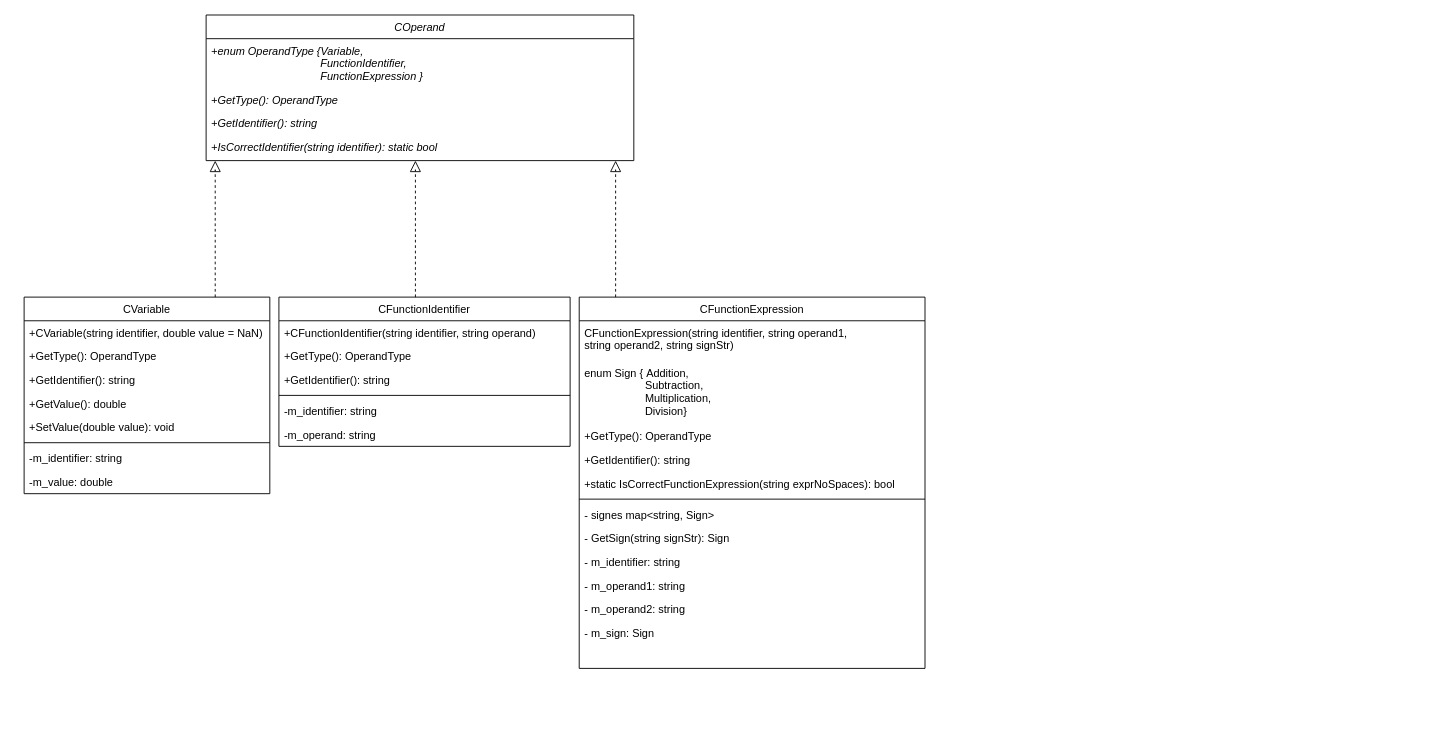
BulyginK/OOP_LWs keeps this draw.io diagram as LW3_2_Calc/Calc_diagramUML.drawio. Above is the earlier version. Source tidied: cells renumbered, new cells numbered last; positions are measured from the earlier drawing's top-left corner, leaving out a move shared by most shapes. Both pictures are drawn from the tidied source at 91%, with x=0, y=0 at pixel (24, 15).
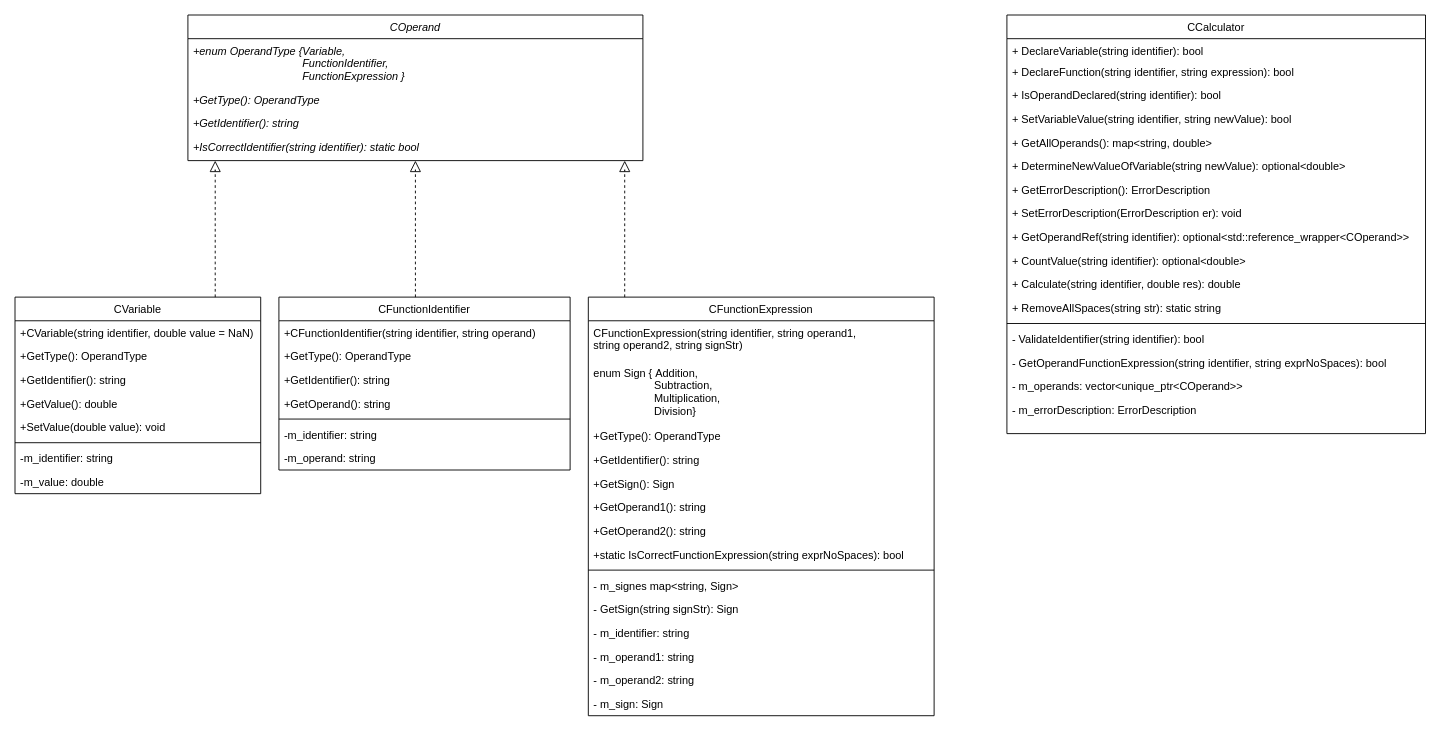
The same diagram, later.

Change to the diagram source:
```diff
@@
     <mxCell id="2" value="COperand" style="swimlane;fontStyle=2;align=center;verticalAlign=top;horizontal=1;startSize=26;rounded=0;shadow=0;strokeWidth=1;" parent="1" vertex="1">
-      <mxGeometry x="200" width="470" height="160" as="geometry" />
+      <mxGeometry x="180" width="500" height="160" as="geometry" />
     </mxCell>
     <mxCell id="3" value="+enum OperandType {Variable, &#10;                                    FunctionIdentifier, &#10;                                    FunctionExpression }" style="text;align=left;verticalAlign=top;spacingLeft=4;spacingRight=4;overflow=hidden;fontStyle=2;" parent="2" vertex="1">
-      <mxGeometry y="26" width="470" height="54" as="geometry" />
+      <mxGeometry y="26" width="500" height="54" as="geometry" />
     </mxCell>
     <mxCell id="4" value="+GetType(): OperandType" style="text;align=left;verticalAlign=top;spacingLeft=4;spacingRight=4;overflow=hidden;rounded=0;shadow=0;html=0;fontStyle=2;" parent="2" vertex="1">
-      <mxGeometry y="80" width="470" height="26" as="geometry" />
+      <mxGeometry y="80" width="500" height="26" as="geometry" />
     </mxCell>
     <mxCell id="5" value="+GetIdentifier(): string" style="text;align=left;verticalAlign=top;spacingLeft=4;spacingRight=4;overflow=hidden;rounded=0;shadow=0;html=0;fontStyle=2;" parent="2" vertex="1">
-      <mxGeometry y="106" width="470" height="26" as="geometry" />
+      <mxGeometry y="106" width="500" height="26" as="geometry" />
     </mxCell>
     <mxCell id="6" value="+IsCorrectIdentifier(string identifier): static bool" style="text;align=left;verticalAlign=top;spacingLeft=4;spacingRight=4;overflow=hidden;rounded=0;shadow=0;html=0;fontStyle=2;" parent="2" vertex="1">
-      <mxGeometry y="132" width="470" height="26" as="geometry" />
+      <mxGeometry y="132" width="500" height="26" as="geometry" />
     </mxCell>
     <mxCell id="7" value="CVariable" style="swimlane;fontStyle=0;align=center;verticalAlign=top;horizontal=1;startSize=26;rounded=0;shadow=0;strokeWidth=1;" parent="1" vertex="1">
-      <mxGeometry y="310" width="270" height="216" as="geometry" />
+      <mxGeometry x="-10" y="310" width="270" height="216" as="geometry" />
     </mxCell>
@@
     <mxCell id="17" value="CFunctionIdentifier" style="swimlane;fontStyle=0;align=center;verticalAlign=top;horizontal=1;startSize=26;rounded=0;shadow=0;strokeWidth=1;" parent="1" vertex="1">
-      <mxGeometry x="280" y="310" width="320" height="164" as="geometry" />
+      <mxGeometry x="280" y="310" width="320" height="190" as="geometry" />
     </mxCell>
@@
+    <mxCell id="39" value="+GetOperand(): string" style="text;align=left;verticalAlign=top;spacingLeft=4;spacingRight=4;overflow=hidden;rounded=0;shadow=0;html=0;" parent="17" vertex="1">
+      <mxGeometry y="104" width="320" height="26" as="geometry" />
+    </mxCell>
     <mxCell id="21" style="line;html=1;strokeWidth=1;align=left;verticalAlign=middle;spacingTop=-1;spacingLeft=3;spacingRight=3;labelPosition=right;" parent="17" vertex="1">
-      <mxGeometry y="104" width="320" height="8" as="geometry" />
+      <mxGeometry y="130" width="320" height="8" as="geometry" />
     </mxCell>
     <mxCell id="22" value="-m_identifier: string" style="text;align=left;verticalAlign=top;spacingLeft=4;spacingRight=4;overflow=hidden;fontStyle=0;" parent="17" vertex="1">
-      <mxGeometry y="112" width="320" height="26" as="geometry" />
+      <mxGeometry y="138" width="320" height="26" as="geometry" />
     </mxCell>
     <mxCell id="23" value="-m_operand: string" style="text;align=left;verticalAlign=top;spacingLeft=4;spacingRight=4;overflow=hidden;" parent="17" vertex="1">
-      <mxGeometry y="138" width="320" height="26" as="geometry" />
+      <mxGeometry y="164" width="320" height="26" as="geometry" />
     </mxCell>
     <mxCell id="24" value="CFunctionExpression" style="swimlane;fontStyle=0;align=center;verticalAlign=top;horizontal=1;startSize=26;rounded=0;shadow=0;strokeWidth=1;" parent="1" vertex="1">
-      <mxGeometry x="610" y="310" width="380" height="408" as="geometry" />
+      <mxGeometry x="620" y="310" width="380" height="460" as="geometry" />
     </mxCell>
@@
+    <mxCell id="40" value="+GetSign(): Sign" style="text;align=left;verticalAlign=top;spacingLeft=4;spacingRight=4;overflow=hidden;rounded=0;shadow=0;html=0;" parent="24" vertex="1">
+      <mxGeometry y="192" width="380" height="26" as="geometry" />
+    </mxCell>
+    <mxCell id="41" value="+GetOperand1(): string" style="text;align=left;verticalAlign=top;spacingLeft=4;spacingRight=4;overflow=hidden;rounded=0;shadow=0;html=0;" parent="24" vertex="1">
+      <mxGeometry y="218" width="380" height="26" as="geometry" />
+    </mxCell>
+    <mxCell id="42" value="+GetOperand2(): string" style="text;align=left;verticalAlign=top;spacingLeft=4;spacingRight=4;overflow=hidden;rounded=0;shadow=0;html=0;" parent="24" vertex="1">
+      <mxGeometry y="244" width="380" height="26" as="geometry" />
+    </mxCell>
     <mxCell id="29" value="+static IsCorrectFunctionExpression(string exprNoSpaces): bool" style="text;align=left;verticalAlign=top;spacingLeft=4;spacingRight=4;overflow=hidden;rounded=0;shadow=0;html=0;" parent="24" vertex="1">
-      <mxGeometry y="192" width="380" height="26" as="geometry" />
+      <mxGeometry y="270" width="380" height="26" as="geometry" />
     </mxCell>
     <mxCell id="30" style="line;html=1;strokeWidth=1;align=left;verticalAlign=middle;spacingTop=-1;spacingLeft=3;spacingRight=3;labelPosition=right;" parent="24" vertex="1">
-      <mxGeometry y="218" width="380" height="8" as="geometry" />
+      <mxGeometry y="296" width="380" height="8" as="geometry" />
     </mxCell>
-    <mxCell id="31" value="- signes map&lt;string, Sign&gt;" style="text;align=left;verticalAlign=top;spacingLeft=4;spacingRight=4;overflow=hidden;fontStyle=0;" parent="24" vertex="1">
-      <mxGeometry y="226" width="380" height="26" as="geometry" />
+    <mxCell id="31" value="- m_signes map&lt;string, Sign&gt;" style="text;align=left;verticalAlign=top;spacingLeft=4;spacingRight=4;overflow=hidden;fontStyle=0;" parent="24" vertex="1">
+      <mxGeometry y="304" width="380" height="26" as="geometry" />
     </mxCell>
     <mxCell id="32" value="- GetSign(string signStr): Sign " style="text;align=left;verticalAlign=top;spacingLeft=4;spacingRight=4;overflow=hidden;fontStyle=0;" parent="24" vertex="1">
-      <mxGeometry y="252" width="380" height="26" as="geometry" />
+      <mxGeometry y="330" width="380" height="26" as="geometry" />
     </mxCell>
     <mxCell id="33" value="- m_identifier: string" style="text;align=left;verticalAlign=top;spacingLeft=4;spacingRight=4;overflow=hidden;" parent="24" vertex="1">
-      <mxGeometry y="278" width="380" height="26" as="geometry" />
+      <mxGeometry y="356" width="380" height="26" as="geometry" />
     </mxCell>
     <mxCell id="34" value="- m_operand1: string " style="text;align=left;verticalAlign=top;spacingLeft=4;spacingRight=4;overflow=hidden;fontStyle=0;" parent="24" vertex="1">
-      <mxGeometry y="304" width="380" height="26" as="geometry" />
+      <mxGeometry y="382" width="380" height="26" as="geometry" />
     </mxCell>
     <mxCell id="35" value="- m_operand2: string" style="text;align=left;verticalAlign=top;spacingLeft=4;spacingRight=4;overflow=hidden;" parent="24" vertex="1">
-      <mxGeometry y="330" width="380" height="26" as="geometry" />
+      <mxGeometry y="408" width="380" height="26" as="geometry" />
     </mxCell>
     <mxCell id="36" value="- m_sign: Sign" style="text;align=left;verticalAlign=top;spacingLeft=4;spacingRight=4;overflow=hidden;" parent="24" vertex="1">
-      <mxGeometry y="356" width="380" height="26" as="geometry" />
+      <mxGeometry y="434" width="380" height="26" as="geometry" />
     </mxCell>
@@
-    <mxCell id="38" style="endArrow=block;endSize=10;endFill=0;shadow=0;strokeWidth=1;rounded=0;curved=0;edgeStyle=elbowEdgeStyle;elbow=vertical;dashed=1;" parent="1" edge="1">
-      <mxGeometry relative="1" as="geometry">
-        <mxPoint x="650" y="310" as="sourcePoint" />
-        <mxPoint x="650" y="160" as="targetPoint" />
-        <Array as="points">
-          <mxPoint x="650" y="170" />
-        </Array>
-      </mxGeometry>
-    </mxCell>
+    <mxCell id="43" style="endArrow=block;endSize=10;endFill=0;shadow=0;strokeWidth=1;rounded=0;curved=0;edgeStyle=elbowEdgeStyle;elbow=vertical;dashed=1;" parent="1" edge="1">
+      <mxGeometry relative="1" as="geometry">
+        <mxPoint x="660" y="310" as="sourcePoint" />
+        <mxPoint x="660" y="160" as="targetPoint" />
+        <Array as="points">
+          <mxPoint x="660" y="170" />
+        </Array>
+      </mxGeometry>
+    </mxCell>
+    <mxCell id="44" value="CCalculator" style="swimlane;fontStyle=0;align=center;verticalAlign=top;horizontal=1;startSize=26;rounded=0;shadow=0;strokeWidth=1;" parent="1" vertex="1">
+      <mxGeometry x="1080" width="460" height="460" as="geometry" />
+    </mxCell>
+    <mxCell id="45" value="+ DeclareVariable(string identifier): bool" style="text;align=left;verticalAlign=top;spacingLeft=4;spacingRight=4;overflow=hidden;rounded=0;shadow=0;html=0;" parent="44" vertex="1">
+      <mxGeometry y="26" width="460" height="24" as="geometry" />
+    </mxCell>
+    <mxCell id="46" value="+ DeclareFunction(string identifier, string expression): bool " style="text;align=left;verticalAlign=top;spacingLeft=4;spacingRight=4;overflow=hidden;rounded=0;shadow=0;html=0;" parent="44" vertex="1">
+      <mxGeometry y="50" width="460" height="25" as="geometry" />
+    </mxCell>
+    <mxCell id="47" value="+ IsOperandDeclared(string identifier): bool" style="text;align=left;verticalAlign=top;spacingLeft=4;spacingRight=4;overflow=hidden;rounded=0;shadow=0;html=0;" parent="44" vertex="1">
+      <mxGeometry y="75" width="460" height="26" as="geometry" />
+    </mxCell>
+    <mxCell id="48" value="+ SetVariableValue(string identifier, string newValue): bool" style="text;align=left;verticalAlign=top;spacingLeft=4;spacingRight=4;overflow=hidden;rounded=0;shadow=0;html=0;" parent="44" vertex="1">
+      <mxGeometry y="101" width="460" height="26" as="geometry" />
+    </mxCell>
+    <mxCell id="49" value="+ GetAllOperands(): map&lt;string, double&gt; " style="text;align=left;verticalAlign=top;spacingLeft=4;spacingRight=4;overflow=hidden;rounded=0;shadow=0;html=0;" parent="44" vertex="1">
+      <mxGeometry y="127" width="460" height="26" as="geometry" />
+    </mxCell>
+    <mxCell id="50" value="+ DetermineNewValueOfVariable(string newValue): optional&lt;double&gt; " style="text;align=left;verticalAlign=top;spacingLeft=4;spacingRight=4;overflow=hidden;rounded=0;shadow=0;html=0;" parent="44" vertex="1">
+      <mxGeometry y="153" width="460" height="26" as="geometry" />
+    </mxCell>
+    <mxCell id="51" value="+ GetErrorDescription(): ErrorDescription" style="text;align=left;verticalAlign=top;spacingLeft=4;spacingRight=4;overflow=hidden;rounded=0;shadow=0;html=0;" parent="44" vertex="1">
+      <mxGeometry y="179" width="460" height="26" as="geometry" />
+    </mxCell>
+    <mxCell id="52" value="+ SetErrorDescription(ErrorDescription er): void" style="text;align=left;verticalAlign=top;spacingLeft=4;spacingRight=4;overflow=hidden;rounded=0;shadow=0;html=0;" parent="44" vertex="1">
+      <mxGeometry y="205" width="460" height="26" as="geometry" />
+    </mxCell>
+    <mxCell id="53" value="+ GetOperandRef(string identifier): optional&lt;std::reference_wrapper&lt;COperand&gt;&gt; " style="text;align=left;verticalAlign=top;spacingLeft=4;spacingRight=4;overflow=hidden;rounded=0;shadow=0;html=0;" parent="44" vertex="1">
+      <mxGeometry y="231" width="460" height="26" as="geometry" />
+    </mxCell>
+    <mxCell id="54" value="+ CountValue(string identifier): optional&lt;double&gt;" style="text;align=left;verticalAlign=top;spacingLeft=4;spacingRight=4;overflow=hidden;rounded=0;shadow=0;html=0;" parent="44" vertex="1">
+      <mxGeometry y="257" width="460" height="26" as="geometry" />
+    </mxCell>
+    <mxCell id="55" value="+ Calculate(string identifier, double res): double" style="text;align=left;verticalAlign=top;spacingLeft=4;spacingRight=4;overflow=hidden;rounded=0;shadow=0;html=0;" parent="44" vertex="1">
+      <mxGeometry y="283" width="460" height="26" as="geometry" />
+    </mxCell>
+    <mxCell id="56" value="+ RemoveAllSpaces(string str): static string" style="text;align=left;verticalAlign=top;spacingLeft=4;spacingRight=4;overflow=hidden;rounded=0;shadow=0;html=0;" parent="44" vertex="1">
+      <mxGeometry y="309" width="460" height="26" as="geometry" />
+    </mxCell>
+    <mxCell id="57" style="line;html=1;strokeWidth=1;align=left;verticalAlign=middle;spacingTop=-1;spacingLeft=3;spacingRight=3;labelPosition=right;" parent="44" vertex="1">
+      <mxGeometry y="335" width="460" height="8" as="geometry" />
+    </mxCell>
+    <mxCell id="58" value="- ValidateIdentifier(string identifier): bool" style="text;align=left;verticalAlign=top;spacingLeft=4;spacingRight=4;overflow=hidden;fontStyle=0;" parent="44" vertex="1">
+      <mxGeometry y="343" width="460" height="26" as="geometry" />
+    </mxCell>
+    <mxCell id="59" value="- GetOperandFunctionExpression(string identifier, string exprNoSpaces): bool" style="text;align=left;verticalAlign=top;spacingLeft=4;spacingRight=4;overflow=hidden;fontStyle=0;" parent="44" vertex="1">
+      <mxGeometry y="369" width="460" height="26" as="geometry" />
+    </mxCell>
+    <mxCell id="60" value="- m_operands: vector&lt;unique_ptr&lt;COperand&gt;&gt;" style="text;align=left;verticalAlign=top;spacingLeft=4;spacingRight=4;overflow=hidden;" parent="44" vertex="1">
+      <mxGeometry y="395" width="460" height="26" as="geometry" />
+    </mxCell>
+    <mxCell id="61" value="- m_errorDescription: ErrorDescription" style="text;align=left;verticalAlign=top;spacingLeft=4;spacingRight=4;overflow=hidden;fontStyle=0;" parent="44" vertex="1">
+      <mxGeometry y="421" width="460" height="26" as="geometry" />
+    </mxCell>
```
